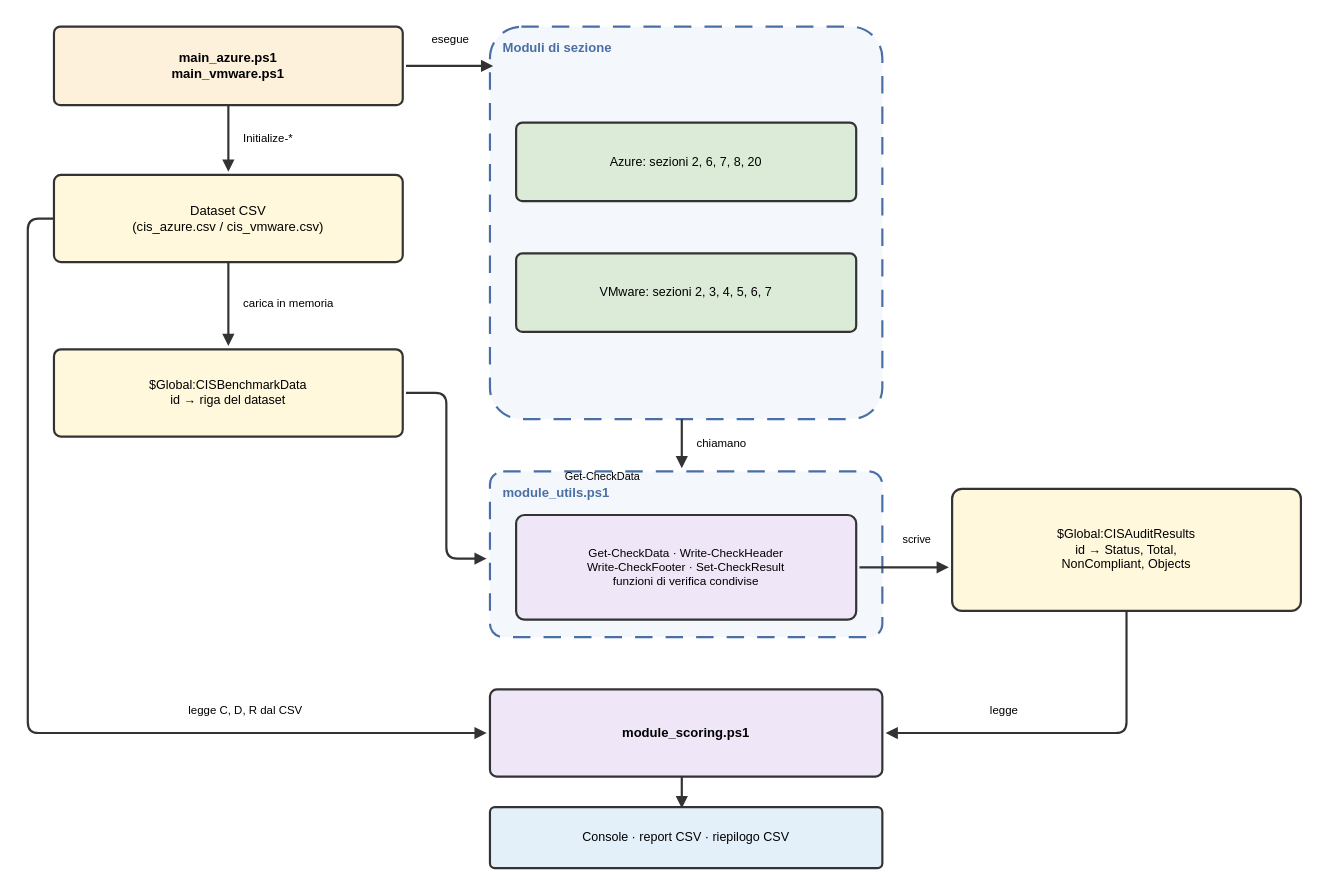
The draw.io diagram Tesi/img/architettura_componenti.drawio in MasterCruelty/Thesis-CIS-Assessment, before the edit. Source tidied: cells renumbered, new cells numbered last; positions are measured from the earlier drawing's top-left corner, leaving out a move shared by most shapes. Both pictures are drawn from the tidied source at 109%, with x=0, y=0 at pixel (27, 19).
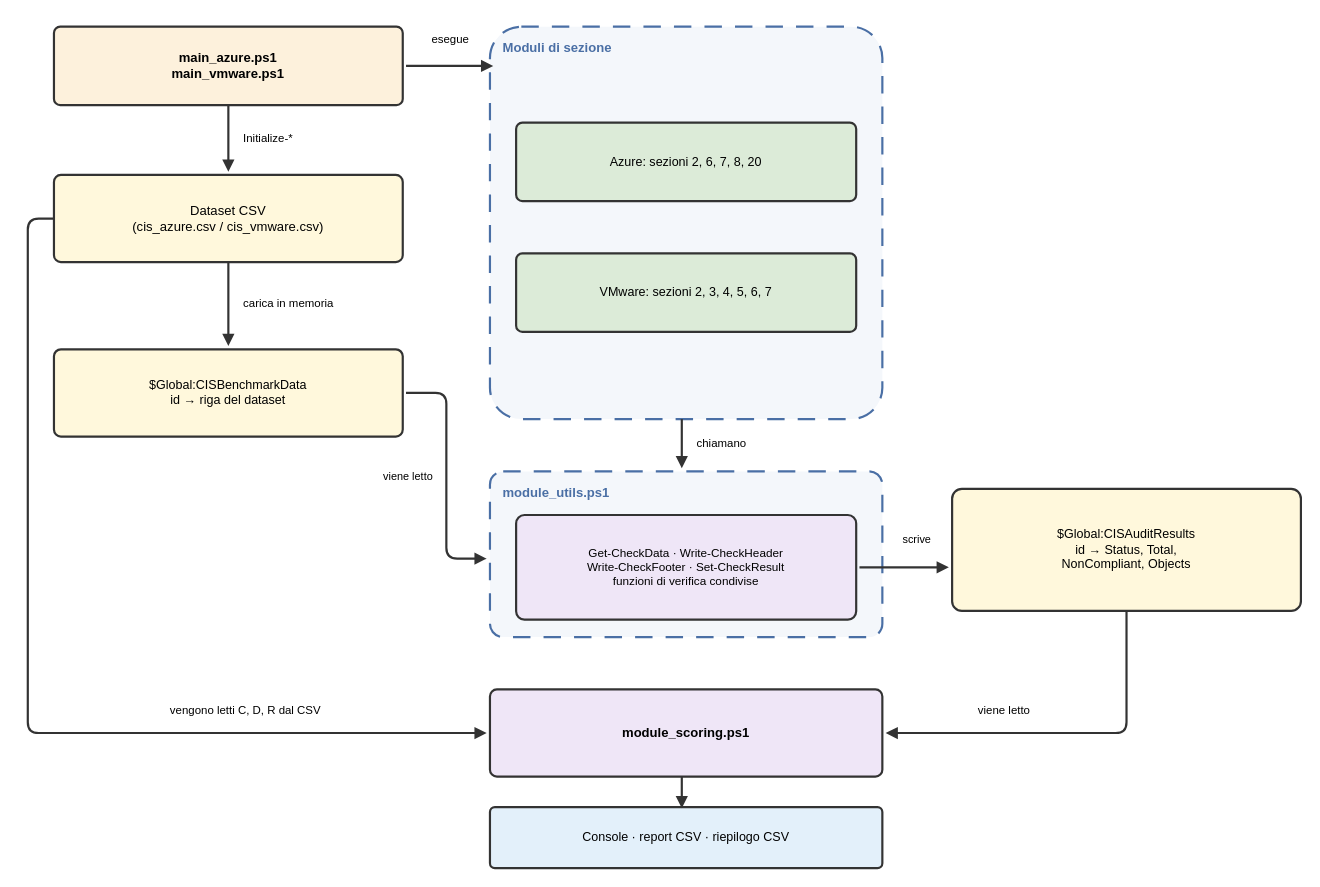
Above is the later version.

The edit, as a diff of the source:
```diff
@@
-    <mxCell id="22" value="Get-CheckData" style="text;html=1;strokeColor=none;fillColor=none;align=right;verticalAlign=middle;whiteSpace=wrap;fontSize=10;fontColor=#000000;fontStyle=0;" parent="1" vertex="1">
-      <mxGeometry x="364" y="401" width="200" height="36" as="geometry" />
+    <mxCell id="22" value="viene letto" style="text;html=1;strokeColor=none;fillColor=none;align=right;verticalAlign=middle;whiteSpace=wrap;fontSize=10;fontColor=#000000;fontStyle=0;" parent="1" vertex="1">
+      <mxGeometry x="174" y="401" width="200" height="36" as="geometry" />
     </mxCell>
@@
-    <mxCell id="26" value="legge" style="text;html=1;strokeColor=none;fillColor=none;align=center;verticalAlign=middle;whiteSpace=wrap;fontSize=10.5;fontColor=#000000;fontStyle=0;" parent="1" vertex="1">
+    <mxCell id="26" value="viene letto" style="text;html=1;strokeColor=none;fillColor=none;align=center;verticalAlign=middle;whiteSpace=wrap;fontSize=10.5;fontColor=#000000;fontStyle=0;" parent="1" vertex="1">
       <mxGeometry x="796" y="616" width="200" height="36" as="geometry" />
     </mxCell>
@@
-    <mxCell id="28" value="legge C, D, R dal CSV" style="text;html=1;strokeColor=none;fillColor=none;align=center;verticalAlign=middle;whiteSpace=wrap;fontSize=10.5;fontColor=#000000;fontStyle=0;" parent="1" vertex="1">
+    <mxCell id="28" value="vengono letti C, D, R dal CSV" style="text;html=1;strokeColor=none;fillColor=none;align=center;verticalAlign=middle;whiteSpace=wrap;fontSize=10.5;fontColor=#000000;fontStyle=0;" parent="1" vertex="1">
       <mxGeometry x="100" y="616" width="200" height="36" as="geometry" />
     </mxCell>
```
